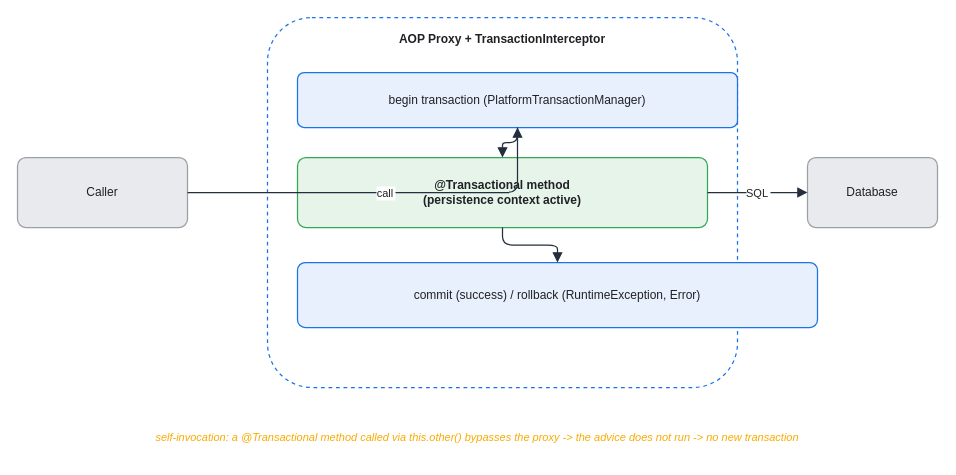
Before: assets/img/spring/spring-17-transactional-proxy.drawio in KKamJi98/kkamji98.github.io, a draw.io diagram. Source tidied: cells renumbered, new cells numbered last; positions are measured from the earlier drawing's top-left corner, leaving out a move shared by most shapes. Both pictures are drawn from the tidied source at 100%, with x=0, y=0 at pixel (17, 17).
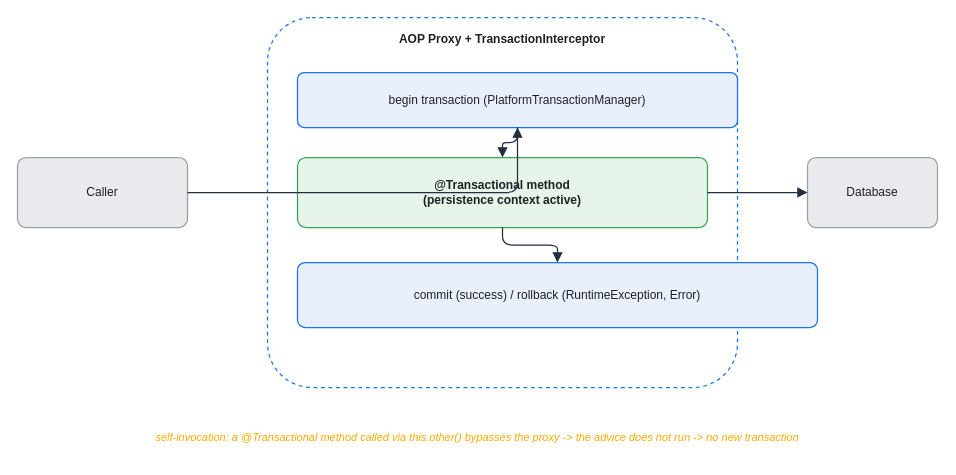
After the change.

The edit, as a diff of the source:
```diff
@@
 <mxGraphModel background="#FFFFFF">
   <root>
     <mxCell id="0" />
     <mxCell id="1" parent="0" />
     <mxCell id="2" value="Caller" style="rounded=1;whiteSpace=wrap;html=0;arcSize=12;shadow=0;fillColor=#E8EAED;strokeColor=#9AA0A6;fontColor=#202124;strokeWidth=1.25;" parent="1" vertex="1">
       <mxGeometry y="140" width="170" height="70" as="geometry" />
     </mxCell>
     <mxCell id="3" value="AOP Proxy + TransactionInterceptor" style="rounded=1;whiteSpace=wrap;html=0;arcSize=12;shadow=0;fillColor=#FFFFFF;strokeColor=#1A73E8;fontColor=#202124;fontStyle=1;verticalAlign=top;align=center;dashed=1;spacingTop=8;strokeWidth=1.25;" parent="1" vertex="1">
       <mxGeometry x="250" width="470" height="370" as="geometry" />
     </mxCell>
     <mxCell id="4" value="begin transaction (PlatformTransactionManager)" style="rounded=1;whiteSpace=wrap;html=0;arcSize=12;shadow=0;fillColor=#E8F0FE;strokeColor=#1A73E8;fontColor=#202124;strokeWidth=1.25;" parent="1" vertex="1">
       <mxGeometry x="280" y="55" width="440" height="55" as="geometry" />
     </mxCell>
     <mxCell id="5" value="@Transactional method&#10;(persistence context active)" style="rounded=1;whiteSpace=wrap;html=0;arcSize=12;shadow=0;fillColor=#E6F4EA;strokeColor=#34A853;fontColor=#202124;fontStyle=1;strokeWidth=1.25;" parent="1" vertex="1">
       <mxGeometry x="280" y="140" width="410" height="70" as="geometry" />
     </mxCell>
     <mxCell id="6" value="commit (success)  /  rollback (RuntimeException, Error)" style="rounded=1;whiteSpace=wrap;html=0;arcSize=12;shadow=0;fillColor=#E8F0FE;strokeColor=#1A73E8;fontColor=#202124;strokeWidth=1.25;" parent="1" vertex="1">
       <mxGeometry x="280" y="245" width="520" height="65" as="geometry" />
     </mxCell>
     <mxCell id="7" value="Database" style="rounded=1;whiteSpace=wrap;html=0;arcSize=12;shadow=0;fillColor=#E8EAED;strokeColor=#9AA0A6;fontColor=#202124;strokeWidth=1.25;" parent="1" vertex="1">
       <mxGeometry x="790" y="140" width="130" height="70" as="geometry" />
     </mxCell>
     <mxCell id="8" value="self-invocation: a @Transactional method called via this.other() bypasses the proxy -&gt; the advice does not run -&gt; no new transaction" style="text;html=0;align=center;verticalAlign=middle;whiteSpace=wrap;fontSize=11;fontColor=#F9AB00;fontStyle=2;" parent="1" vertex="1">
       <mxGeometry x="10" y="400" width="900" height="40" as="geometry" />
     </mxCell>
-    <mxCell id="9" value="call" style="edgeStyle=orthogonalEdgeStyle;rounded=1;html=0;endArrow=block;strokeColor=#232F3E;fontColor=#202124;labelBackgroundColor=#FFFFFF;strokeWidth=1.25;endSize=7;" parent="1" edge="1" source="2" target="4">
+    <mxCell id="9" style="edgeStyle=orthogonalEdgeStyle;rounded=1;html=0;endArrow=block;strokeColor=#232F3E;fontColor=#202124;labelBackgroundColor=none;strokeWidth=1.25;endSize=7;" parent="1" edge="1" source="2" target="4">
       <mxGeometry relative="1" as="geometry" />
     </mxCell>
     <mxCell id="10" style="edgeStyle=orthogonalEdgeStyle;rounded=1;html=0;endArrow=block;strokeColor=#232F3E;strokeWidth=1.25;endSize=7;fontColor=#202124;" parent="1" edge="1" source="4" target="5">
       <mxGeometry relative="1" as="geometry" />
     </mxCell>
     <mxCell id="11" style="edgeStyle=orthogonalEdgeStyle;rounded=1;html=0;endArrow=block;strokeColor=#232F3E;strokeWidth=1.25;endSize=7;fontColor=#202124;" parent="1" edge="1" source="5" target="6">
       <mxGeometry relative="1" as="geometry" />
     </mxCell>
-    <mxCell id="12" value="SQL" style="edgeStyle=orthogonalEdgeStyle;rounded=1;html=0;endArrow=block;strokeColor=#232F3E;fontColor=#202124;labelBackgroundColor=#FFFFFF;strokeWidth=1.25;endSize=7;" parent="1" edge="1" source="5" target="7">
+    <mxCell id="12" style="edgeStyle=orthogonalEdgeStyle;rounded=1;html=0;endArrow=block;strokeColor=#232F3E;fontColor=#202124;labelBackgroundColor=none;strokeWidth=1.25;endSize=7;" parent="1" edge="1" source="5" target="7">
       <mxGeometry relative="1" as="geometry" />
     </mxCell>
   </root>
 </mxGraphModel>
```
